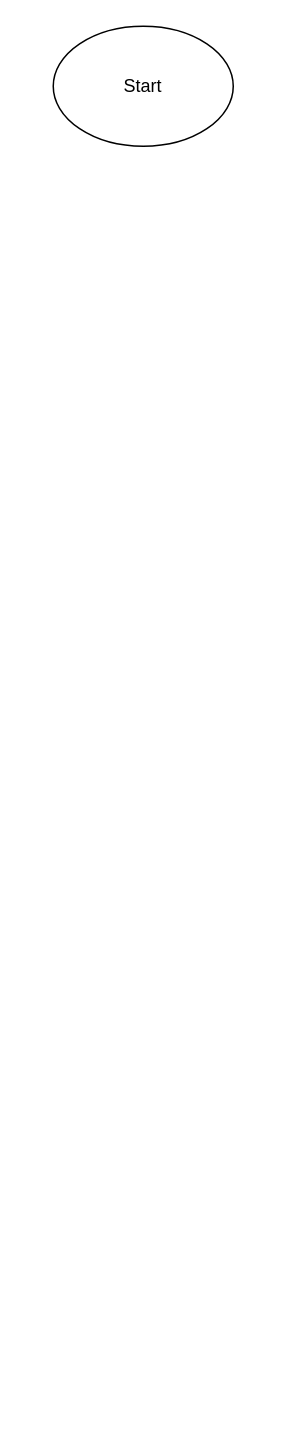
Before: OrderingSystem.drawio in kiz-boop/Ordering-System, a draw.io diagram. Source tidied: cells renumbered, new cells numbered last; positions are measured from the earlier drawing's top-left corner, leaving out a move shared by most shapes. Both pictures are drawn from the tidied source at 150%, with x=0, y=0 at pixel (52, 26).
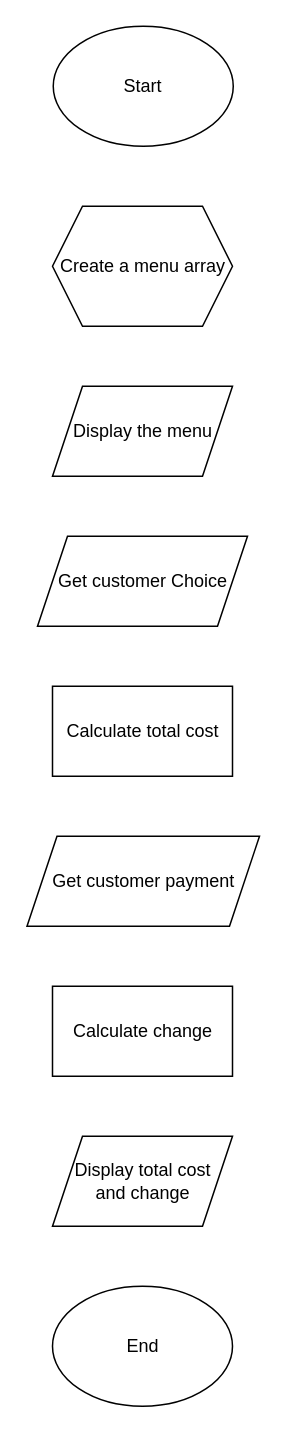
After the change.

Commit message:
Update diagram layout in OrderingSystem.drawio for improved clarity

What changed in the source:
```diff
@@
 <mxGraphModel>
   <root>
     <mxCell id="0" />
     <mxCell id="1" parent="0" />
     <mxCell id="2" value="Start" style="ellipse;whiteSpace=wrap;html=1;" parent="1" vertex="1">
       <mxGeometry width="120" height="80" as="geometry" />
     </mxCell>
+    <mxCell id="3" value="Create a menu array" style="shape=hexagon;perimeter=hexagonPerimeter2;whiteSpace=wrap;html=1;fixedSize=1;" parent="1" vertex="1">
+      <mxGeometry x="-0.5" y="120" width="120" height="80" as="geometry" />
+    </mxCell>
+    <mxCell id="4" value="Display the menu" style="shape=parallelogram;perimeter=parallelogramPerimeter;whiteSpace=wrap;html=1;fixedSize=1;" parent="1" vertex="1">
+      <mxGeometry x="-0.5" y="240" width="120" height="60" as="geometry" />
+    </mxCell>
+    <mxCell id="5" value="Get customer Choice" style="shape=parallelogram;perimeter=parallelogramPerimeter;whiteSpace=wrap;html=1;fixedSize=1;" parent="1" vertex="1">
+      <mxGeometry x="-10.5" y="340" width="140" height="60" as="geometry" />
+    </mxCell>
+    <mxCell id="6" value="Calculate total cost" style="rounded=0;whiteSpace=wrap;html=1;" parent="1" vertex="1">
+      <mxGeometry x="-0.5" y="440" width="120" height="60" as="geometry" />
+    </mxCell>
+    <mxCell id="7" value="Get customer payment" style="shape=parallelogram;perimeter=parallelogramPerimeter;whiteSpace=wrap;html=1;fixedSize=1;" parent="1" vertex="1">
+      <mxGeometry x="-17.5" y="540" width="155" height="60" as="geometry" />
+    </mxCell>
+    <mxCell id="8" value="Calculate change" style="rounded=0;whiteSpace=wrap;html=1;" parent="1" vertex="1">
+      <mxGeometry x="-0.5" y="640" width="120" height="60" as="geometry" />
+    </mxCell>
+    <mxCell id="9" value="Display total cost&lt;div&gt;and change&lt;/div&gt;" style="shape=parallelogram;perimeter=parallelogramPerimeter;whiteSpace=wrap;html=1;fixedSize=1;" parent="1" vertex="1">
+      <mxGeometry x="-0.5" y="740" width="120" height="60" as="geometry" />
+    </mxCell>
+    <mxCell id="10" value="End" style="ellipse;whiteSpace=wrap;html=1;" parent="1" vertex="1">
+      <mxGeometry x="-0.5" y="840" width="120" height="80" as="geometry" />
+    </mxCell>
   </root>
 </mxGraphModel>
```
